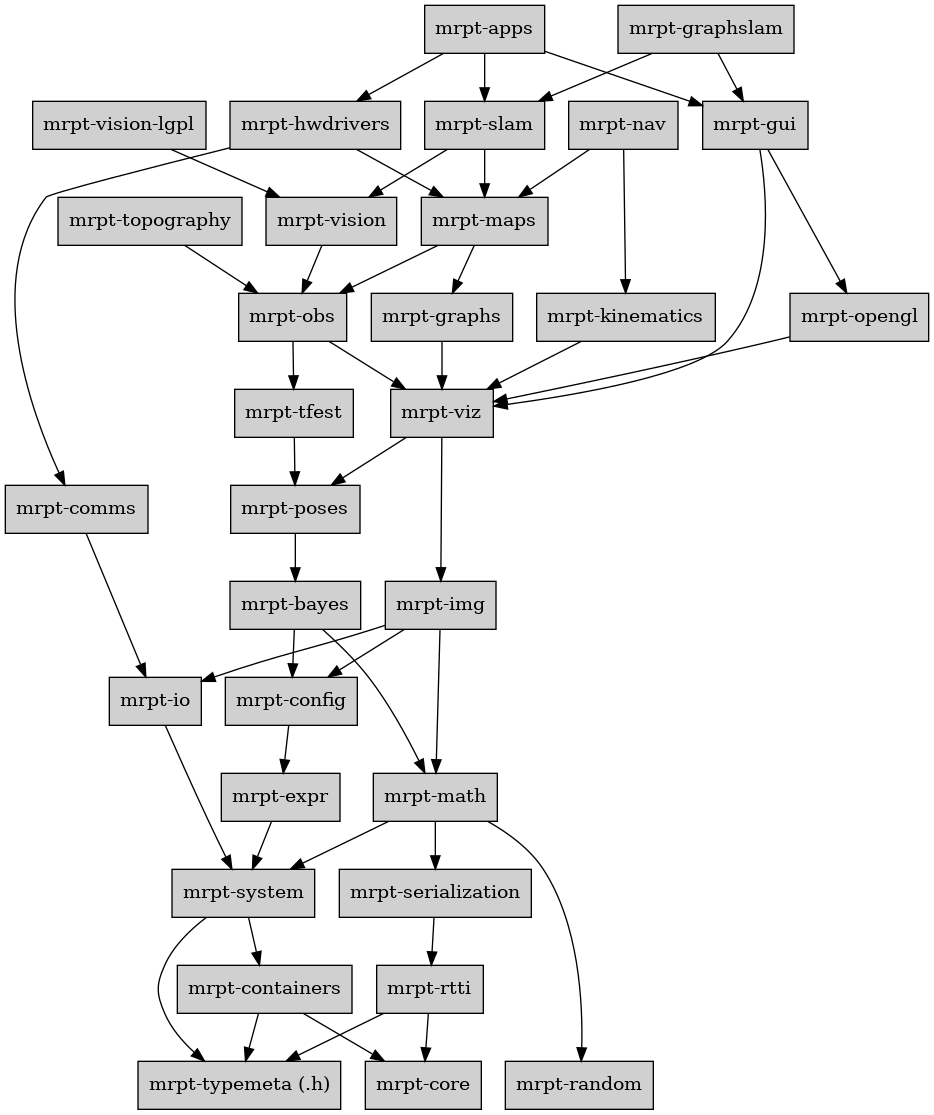
This is doc/source/images/graph_mrpt_libs.png from MRPT/mrpt, a Graphviz export, as it was before one commit. Its source is kept beside it as doc/source/images/graph_mrpt_libs.dot.
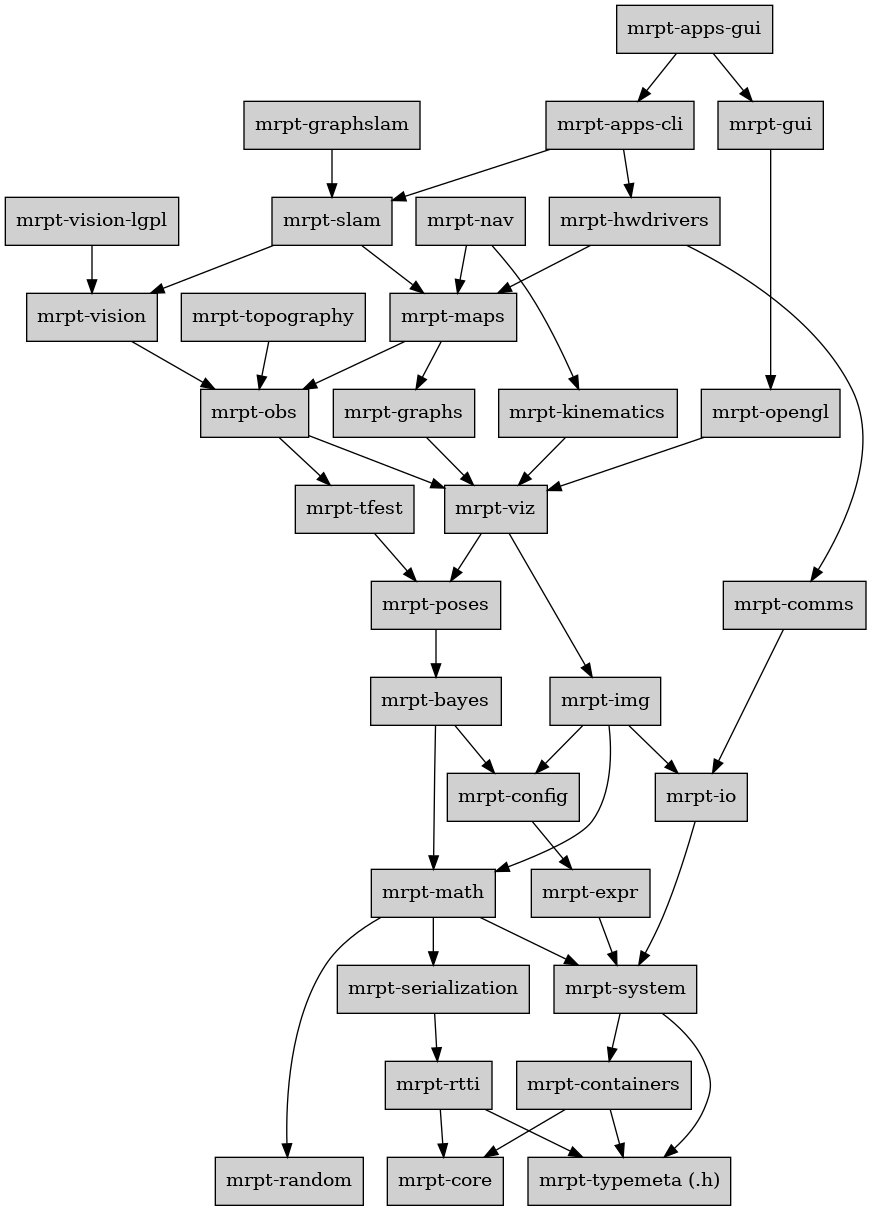
Above is the later version.

The edit, as a diff of the source:
```diff
@@ -2,10 +2,13 @@
 
 	node [shape=box,style=filled, fillcolor="#D0D0D0"];
 
-	apps [label="mrpt-apps",URL="group_mrpt_bayes_grp.html"];
-	apps -> gui;
-	apps -> slam;
-	apps -> hwdrivers;
+	apps_gui [label="mrpt-apps-gui",URL="group_mrpt_apps_gui_grp.html"];
+	apps_gui -> apps_cli;
+	apps_gui -> gui;
+
+	apps_cli [label="mrpt-apps-cli",URL="group_mrpt_apps_cli_grp.html"];
+	apps_cli -> slam;
+	apps_cli -> hwdrivers;
 
 	bayes [label="mrpt-bayes",URL="group_mrpt_bayes_grp.html"];
 	bayes -> math;
@@ -32,12 +35,10 @@
 	graphs -> viz;
 
 	graphslam  [label="mrpt-graphslam",URL="group_mrpt_graphslam_grp.html"];
-	graphslam -> gui;
 	graphslam -> slam;
 
 	gui        [label="mrpt-gui",URL="group_mrpt_gui_grp.html"];
 	gui -> opengl;
-	gui -> viz;
 
 	viz        [label="mrpt-viz",URL="group_mrpt_viz_grp.html"];
 	viz -> poses;
```
